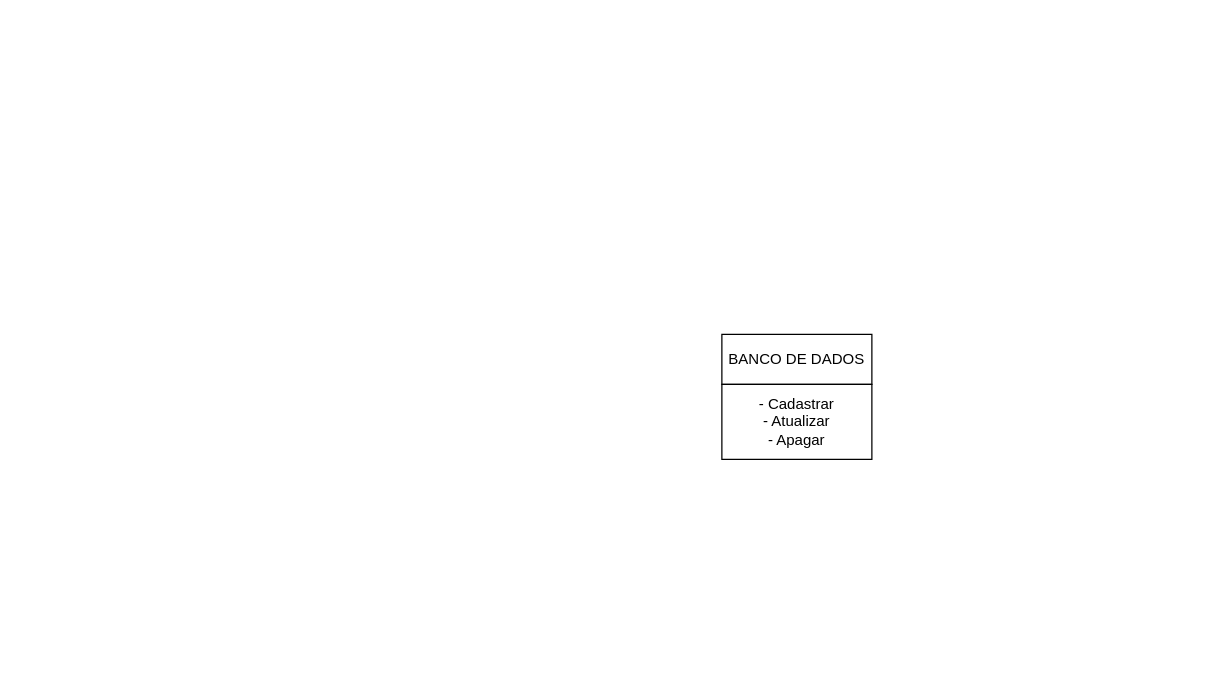
This is page "Página-2" (2 of 2) of doc/classes.drawio from sarahnandynne/fluxograma.sarah, a draw.io file, before an edit. Source tidied: cells renumbered, new cells numbered last; positions are measured from the earlier drawing's top-left corner, leaving out a move shared by most shapes. Both pictures are drawn from the tidied source at 125%, with x=0, y=0 at pixel (721, 334).
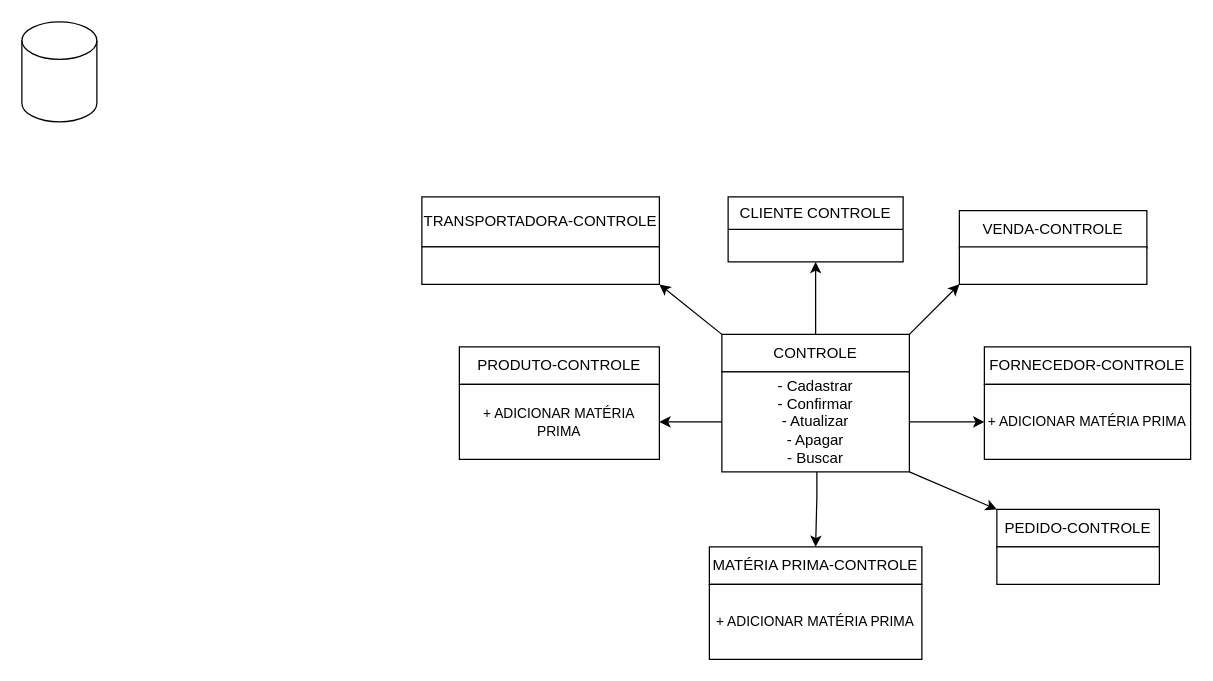
Above is the later version.

Diff of the diagram source:
```diff
@@
+    <mxCell id="4" style="edgeStyle=orthogonalEdgeStyle;rounded=0;jettySize=auto;html=1;entryX=0.5;entryY=1;entryDx=0;entryDy=0;" parent="1" edge="1" source="2" target="21">
+      <mxGeometry relative="1" as="geometry" />
+    </mxCell>
-    <mxCell id="2" value="BANCO DE DADOS" style="rounded=0;whiteSpace=wrap;html=1;" parent="1" vertex="1">
-      <mxGeometry width="120" height="40" as="geometry" />
+    <mxCell id="2" value="CONTROLE" style="rounded=0;whiteSpace=wrap;html=1;" parent="1" vertex="1">
+      <mxGeometry width="150" height="30" as="geometry" />
     </mxCell>
+    <mxCell id="5" style="edgeStyle=orthogonalEdgeStyle;rounded=0;jettySize=auto;html=1;entryX=0.5;entryY=0;entryDx=0;entryDy=0;" parent="1" edge="1" source="3" target="10">
+      <mxGeometry relative="1" as="geometry">
+        <Array as="points">
+          <mxPoint x="76" y="130" />
+          <mxPoint x="76" y="130" />
+        </Array>
+      </mxGeometry>
+    </mxCell>
+    <mxCell id="6" style="edgeStyle=orthogonalEdgeStyle;rounded=0;jettySize=auto;html=1;" parent="1" edge="1" source="3" target="9">
+      <mxGeometry relative="1" as="geometry" />
+    </mxCell>
+    <mxCell id="7" style="edgeStyle=orthogonalEdgeStyle;rounded=0;jettySize=auto;html=1;" parent="1" edge="1" source="3" target="13">
+      <mxGeometry relative="1" as="geometry" />
+    </mxCell>
-    <mxCell id="3" value="- Cadastrar&lt;div&gt;- Atualizar&lt;/div&gt;&lt;div&gt;- Apagar&lt;/div&gt;" style="rounded=0;whiteSpace=wrap;html=1;" parent="1" vertex="1">
-      <mxGeometry y="40" width="120" height="60" as="geometry" />
+    <mxCell id="3" value="- Cadastrar&lt;div&gt;- Confirmar&lt;div&gt;- Atualizar&lt;/div&gt;&lt;div&gt;- Apagar&lt;/div&gt;&lt;div&gt;- Buscar&lt;/div&gt;&lt;/div&gt;" style="rounded=0;whiteSpace=wrap;html=1;" parent="1" vertex="1">
+      <mxGeometry y="30" width="150" height="80" as="geometry" />
     </mxCell>
+    <mxCell id="8" value="FORNECEDOR-CONTROLE" style="rounded=0;whiteSpace=wrap;html=1;" parent="1" vertex="1">
+      <mxGeometry x="210" y="10" width="165" height="30" as="geometry" />
+    </mxCell>
+    <mxCell id="9" value="&lt;div&gt;&lt;font style=&quot;font-size: 11px;&quot;&gt;+ ADICIONAR MATÉRIA PRIMA&lt;/font&gt;&lt;/div&gt;" style="rounded=0;whiteSpace=wrap;html=1;" parent="1" vertex="1">
+      <mxGeometry x="210" y="40" width="165" height="60" as="geometry" />
+    </mxCell>
+    <mxCell id="10" value="MATÉRIA PRIMA-CONTROLE" style="rounded=0;whiteSpace=wrap;html=1;" parent="1" vertex="1">
+      <mxGeometry x="-10" y="170" width="170" height="30" as="geometry" />
+    </mxCell>
+    <mxCell id="11" value="&lt;div&gt;&lt;font style=&quot;font-size: 11px;&quot;&gt;+ ADICIONAR MATÉRIA PRIMA&lt;/font&gt;&lt;/div&gt;" style="rounded=0;whiteSpace=wrap;html=1;" parent="1" vertex="1">
+      <mxGeometry x="-10" y="200" width="170" height="60" as="geometry" />
+    </mxCell>
+    <mxCell id="12" value="PRODUTO-CONTROLE" style="rounded=0;whiteSpace=wrap;html=1;" parent="1" vertex="1">
+      <mxGeometry x="-210" y="10" width="160" height="30" as="geometry" />
+    </mxCell>
+    <mxCell id="13" value="&lt;font style=&quot;font-size: 11px;&quot;&gt;+ ADICIONAR MATÉRIA PRIMA&lt;/font&gt;" style="rounded=0;whiteSpace=wrap;html=1;" parent="1" vertex="1">
+      <mxGeometry x="-210" y="40" width="160" height="60" as="geometry" />
+    </mxCell>
+    <mxCell id="14" value="VENDA-CONTROLE" style="rounded=0;whiteSpace=wrap;html=1;" parent="1" vertex="1">
+      <mxGeometry x="190" y="-99" width="150" height="30" as="geometry" />
+    </mxCell>
+    <mxCell id="15" style="rounded=0;whiteSpace=wrap;html=1;" parent="1" vertex="1">
+      <mxGeometry x="190" y="-70" width="150" height="30" as="geometry" />
+    </mxCell>
+    <mxCell id="16" style="endArrow=classic;html=1;rounded=0;entryX=0;entryY=1;entryDx=0;entryDy=0;exitX=1;exitY=0;exitDx=0;exitDy=0;" parent="1" edge="1" source="2" target="15">
+      <mxGeometry relative="1" as="geometry" />
+    </mxCell>
+    <mxCell id="17" value="TRANSPORTADORA-CONTROLE" style="rounded=0;whiteSpace=wrap;html=1;" parent="1" vertex="1">
+      <mxGeometry x="-240" y="-110" width="190" height="40" as="geometry" />
+    </mxCell>
+    <mxCell id="18" style="rounded=0;whiteSpace=wrap;html=1;" parent="1" vertex="1">
+      <mxGeometry x="-240" y="-70" width="190" height="30" as="geometry" />
+    </mxCell>
+    <mxCell id="19" style="endArrow=classic;html=1;rounded=0;entryX=1;entryY=1;entryDx=0;entryDy=0;exitX=0;exitY=0;exitDx=0;exitDy=0;" parent="1" edge="1" source="2" target="18">
+      <mxGeometry relative="1" as="geometry" />
+    </mxCell>
+    <mxCell id="20" style="shape=cylinder3;whiteSpace=wrap;html=1;boundedLbl=1;backgroundOutline=1;size=15;" parent="1" vertex="1">
+      <mxGeometry x="-560" y="-250" width="60" height="80" as="geometry" />
+    </mxCell>
+    <mxCell id="21" value="CLIENTE CONTROLE" style="swimlane;fontStyle=0;horizontal=1;startSize=26;fillColor=none;whiteSpace=wrap;html=1;" parent="1" vertex="1">
+      <mxGeometry x="5" y="-110" width="140" height="52" as="geometry" />
+    </mxCell>
+    <mxCell id="22" value="PEDIDO-CONTROLE" style="rounded=0;whiteSpace=wrap;html=1;" parent="1" vertex="1">
+      <mxGeometry x="220" y="140" width="130" height="30" as="geometry" />
+    </mxCell>
+    <mxCell id="23" style="rounded=0;whiteSpace=wrap;html=1;" parent="1" vertex="1">
+      <mxGeometry x="220" y="170" width="130" height="30" as="geometry" />
+    </mxCell>
+    <mxCell id="24" style="endArrow=classic;html=1;rounded=0;exitX=1;exitY=1;exitDx=0;exitDy=0;entryX=0;entryY=0;entryDx=0;entryDy=0;" parent="1" edge="1" source="3" target="22">
+      <mxGeometry relative="1" as="geometry" />
+    </mxCell>
```
